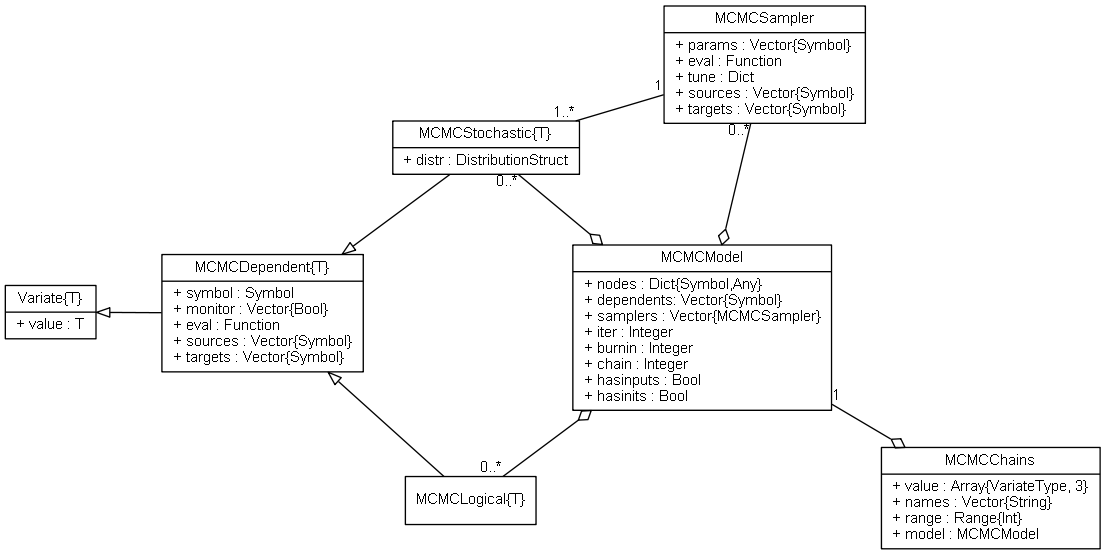
Above: doc/images/mcmcUML.png in brian-j-smith/Mamba.jl (Graphviz), before the change. Its source is kept beside it as doc/images/mcmcUML.dot.
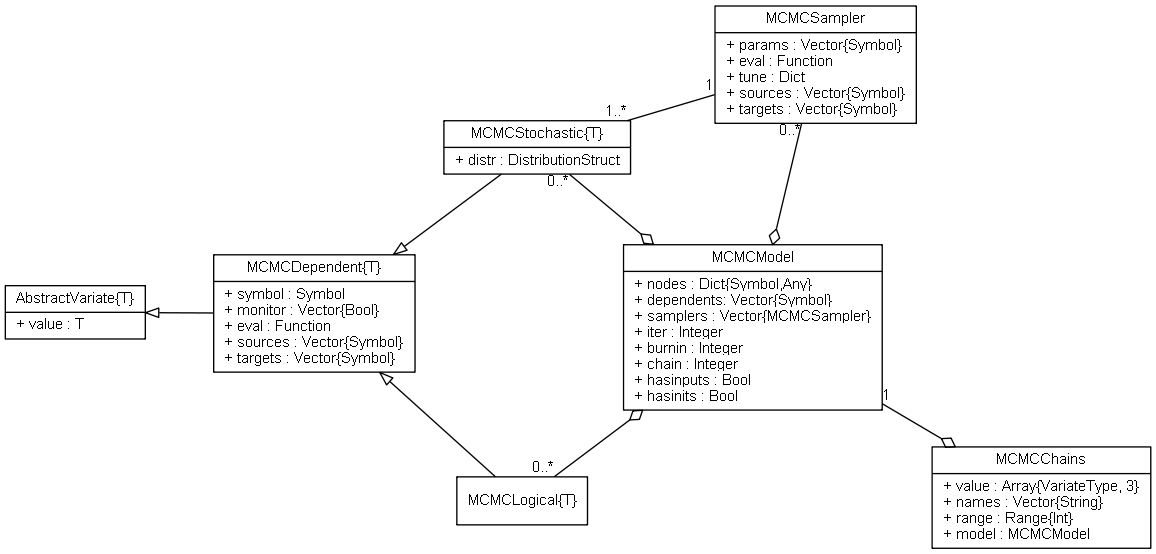
After the change.

Diff of the diagram source:
```diff
@@ -8,7 +8,7 @@
 
 	edge [fontname = "Helvetica", fontsize = 11, dir = both, arrowtail = none, arrowhead = none]
 
-	Variate [label = "{Variate\{T\}|+ value : T\l}"]
+	AbstractVariate [label = "{AbstractVariate\{T\}|+ value : T\l}"]
 
 	MCMCDependent [label = "{MCMCDependent\{T\}|+ symbol : Symbol\l+ monitor : Vector\{Bool\}\l+ eval : Function\l+ sources : Vector\{Symbol\}\l+ targets : Vector\{Symbol\}\l}"]
 
@@ -22,7 +22,7 @@
 
 	MCMCChains [label = "{MCMCChains|+ value : Array\{VariateType, 3\}\l+ names : Vector\{String\}\l+ range : Range\{Int\}\l+ model : MCMCModel\l}"]
 
-	MCMCDependent -- Variate[len = 0.8, arrowhead = empty]
+	MCMCDependent -- AbstractVariate[len = 0.9, arrowhead = empty]
 	MCMCLogical -- MCMCDependent[arrowhead = empty]
 	MCMCStochastic -- MCMCDependent[arrowhead = empty]
 	MCMCSampler -- MCMCStochastic[len = 1.2, taillabel = "1", headlabel = "1..*"]
```
